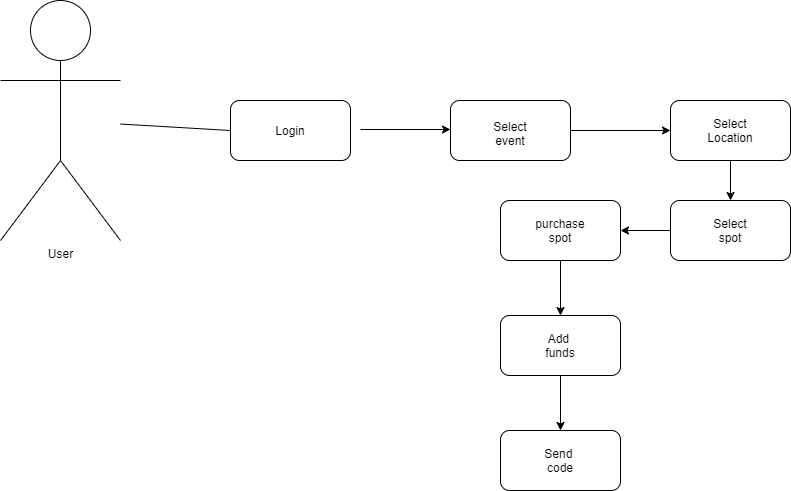
katiecorcoran/cs3450-group-4 keeps this draw.io diagram as docs/useCases/buy lot.png. Above is the earlier version. Source tidied: cells renumbered, new cells last; positions are measured from the earlier drawing's top-left corner, leaving out a move shared by most shapes.
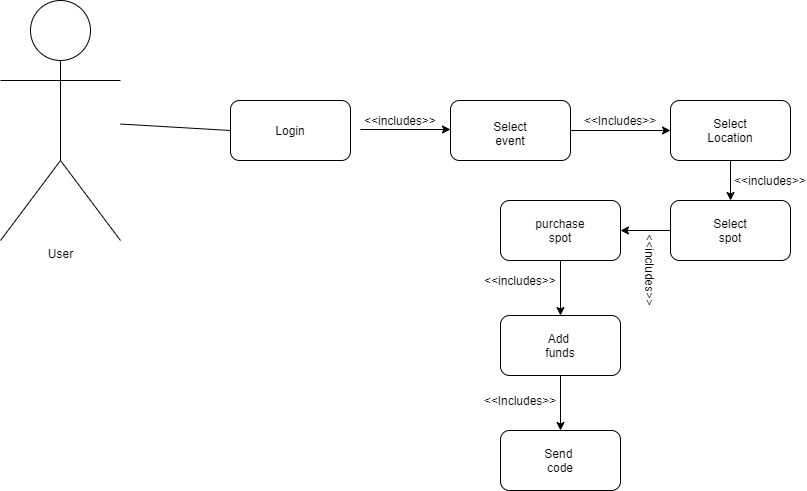
After the change.

Commit message:
updated add lot and loging class diagrams

What changed in the source:
```diff
@@ -71,5 +71,23 @@
     <mxCell id="23" value="Send&amp;nbsp;&lt;br&gt;code" style="text;html=1;strokeColor=none;fillColor=none;align=center;verticalAlign=middle;whiteSpace=wrap;rounded=0;" parent="1" vertex="1">
       <mxGeometry x="530" y="445" width="60" height="30" as="geometry" />
     </mxCell>
+    <mxCell id="24" value="&amp;lt;&amp;lt;includes&amp;gt;&amp;gt;" style="text;html=1;strokeColor=none;fillColor=none;align=center;verticalAlign=middle;whiteSpace=wrap;rounded=0;" parent="1" vertex="1">
+      <mxGeometry x="370" y="110" width="60" height="20" as="geometry" />
+    </mxCell>
+    <mxCell id="25" value="&amp;lt;&amp;lt;Includes&amp;gt;&amp;gt;" style="text;html=1;strokeColor=none;fillColor=none;align=center;verticalAlign=middle;whiteSpace=wrap;rounded=0;" parent="1" vertex="1">
+      <mxGeometry x="590" y="110" width="60" height="20" as="geometry" />
+    </mxCell>
+    <mxCell id="26" value="&amp;lt;&amp;lt;includes&amp;gt;&amp;gt;" style="text;html=1;strokeColor=none;fillColor=none;align=center;verticalAlign=middle;whiteSpace=wrap;rounded=0;" parent="1" vertex="1">
+      <mxGeometry x="750" y="170" width="40" height="20" as="geometry" />
+    </mxCell>
+    <mxCell id="27" value="&amp;lt;&amp;lt;includes&amp;gt;&amp;gt;" style="text;html=1;strokeColor=none;fillColor=none;align=center;verticalAlign=middle;whiteSpace=wrap;rounded=0;rotation=90;" parent="1" vertex="1">
+      <mxGeometry x="630" y="260" width="40" height="20" as="geometry" />
+    </mxCell>
+    <mxCell id="28" value="&amp;lt;&amp;lt;includes&amp;gt;&amp;gt;" style="text;html=1;strokeColor=none;fillColor=none;align=center;verticalAlign=middle;whiteSpace=wrap;rounded=0;" parent="1" vertex="1">
+      <mxGeometry x="485" y="270" width="70" height="20" as="geometry" />
+    </mxCell>
+    <mxCell id="29" value="&amp;lt;&amp;lt;Includes&amp;gt;&amp;gt;" style="text;html=1;strokeColor=none;fillColor=none;align=center;verticalAlign=middle;whiteSpace=wrap;rounded=0;" parent="1" vertex="1">
+      <mxGeometry x="480" y="390" width="80" height="20" as="geometry" />
+    </mxCell>
   </root>
 </mxGraphModel>
```
